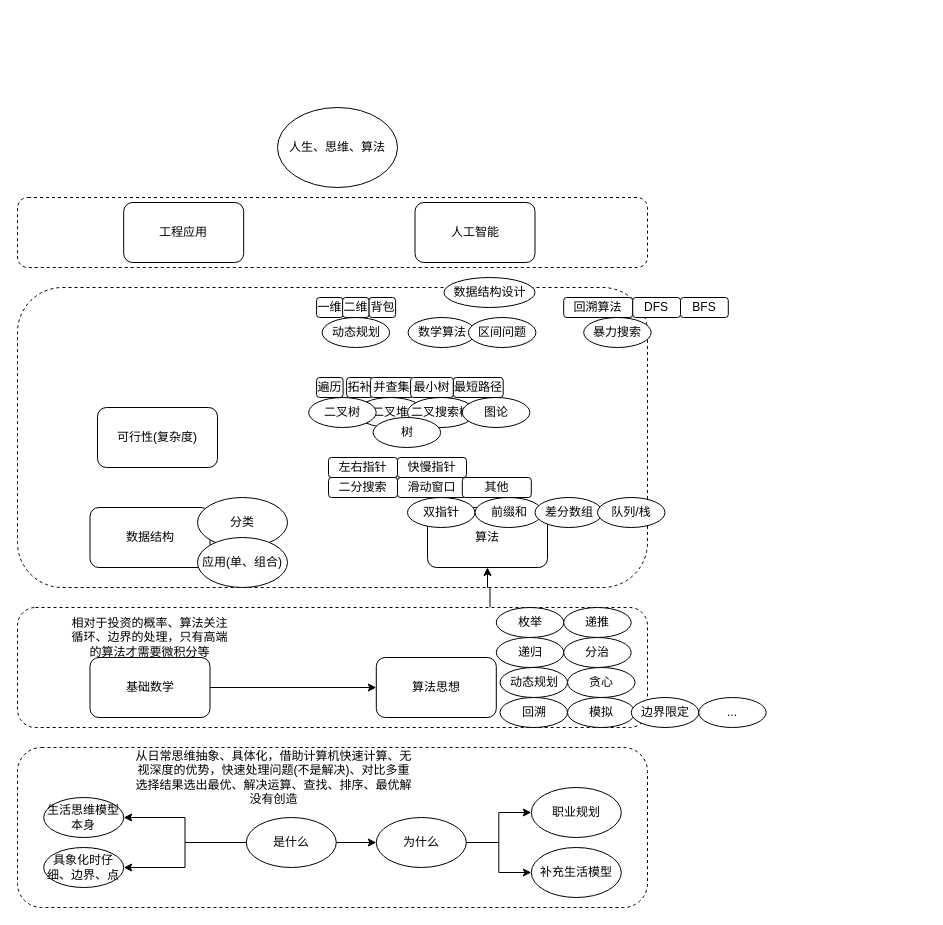
This is menus/suanfamoxing.drawio from Asamiyaa/microservice-k8s-yun, a draw.io file, before an edit. Source tidied: cells renumbered, new cells numbered last; positions are measured from the earlier drawing's top-left corner, leaving out a move shared by most shapes. Both pictures are drawn from the tidied source at 100%, with x=0, y=0 at pixel (17, 107).
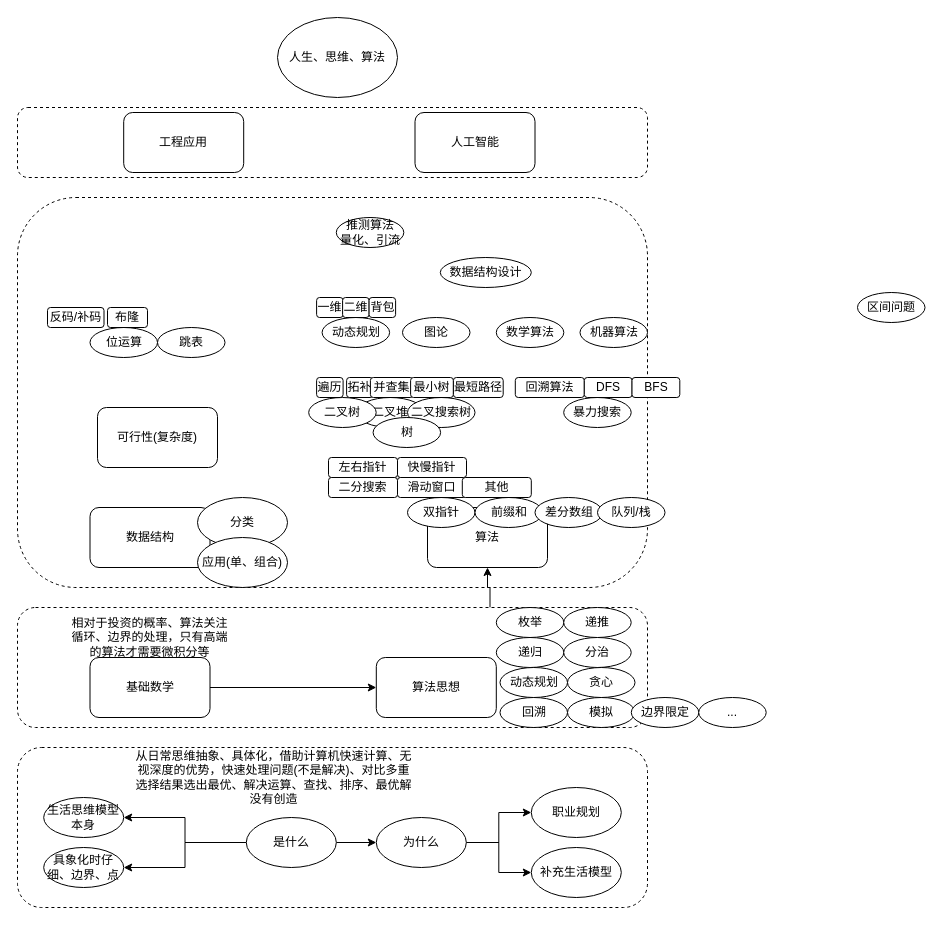
The same diagram, later.

The edit, as a diff of the source:
```diff
@@
     <mxCell id="3" style="rounded=1;whiteSpace=wrap;html=1;dashed=1;" parent="1" vertex="1">
-      <mxGeometry y="90" width="630" height="70" as="geometry" />
+      <mxGeometry width="630" height="70" as="geometry" />
     </mxCell>
     <mxCell id="4" style="rounded=1;whiteSpace=wrap;html=1;dashed=1;" parent="1" vertex="1">
-      <mxGeometry y="180" width="630" height="300" as="geometry" />
+      <mxGeometry y="90" width="630" height="390" as="geometry" />
     </mxCell>
@@
     <mxCell id="7" value="人生、思维、算法" style="ellipse;whiteSpace=wrap;html=1;" parent="1" vertex="1">
-      <mxGeometry x="260" width="120" height="80" as="geometry" />
+      <mxGeometry x="260" y="-90" width="120" height="80" as="geometry" />
     </mxCell>
@@
     <mxCell id="10" value="工程应用" style="rounded=1;whiteSpace=wrap;html=1;" parent="1" vertex="1">
-      <mxGeometry x="106.2" y="95" width="120" height="60" as="geometry" />
+      <mxGeometry x="106.2" y="5" width="120" height="60" as="geometry" />
     </mxCell>
     <mxCell id="11" value="人工智能" style="rounded=1;whiteSpace=wrap;html=1;" parent="1" vertex="1">
-      <mxGeometry x="397.5" y="95" width="120" height="60" as="geometry" />
+      <mxGeometry x="397.5" y="5" width="120" height="60" as="geometry" />
     </mxCell>
@@
     <mxCell id="51" value="图论" style="ellipse;whiteSpace=wrap;html=1;" parent="1" vertex="1">
-      <mxGeometry x="444.8" y="290" width="67.5" height="30" as="geometry" />
+      <mxGeometry x="385" y="210" width="67.5" height="30" as="geometry" />
     </mxCell>
     <mxCell id="52" value="数据结构设计" style="ellipse;whiteSpace=wrap;html=1;" parent="1" vertex="1">
-      <mxGeometry x="426.5" y="170" width="91" height="30" as="geometry" />
+      <mxGeometry x="422.8" y="150" width="91" height="30" as="geometry" />
     </mxCell>
@@
     <mxCell id="58" value="暴力搜索" style="ellipse;whiteSpace=wrap;html=1;" parent="1" vertex="1">
-      <mxGeometry x="566.2" y="210" width="67.5" height="30" as="geometry" />
+      <mxGeometry x="546.2" y="290" width="67.5" height="30" as="geometry" />
     </mxCell>
     <mxCell id="59" value="回溯算法" style="rounded=1;whiteSpace=wrap;html=1;" parent="1" vertex="1">
-      <mxGeometry x="546.2" y="190" width="69" height="20" as="geometry" />
+      <mxGeometry x="497.8" y="270" width="69" height="20" as="geometry" />
     </mxCell>
     <mxCell id="60" value="DFS" style="rounded=1;whiteSpace=wrap;html=1;" parent="1" vertex="1">
-      <mxGeometry x="615.2" y="190" width="47.8" height="20" as="geometry" />
+      <mxGeometry x="566.8" y="270" width="47.8" height="20" as="geometry" />
     </mxCell>
     <mxCell id="61" value="BFS" style="rounded=1;whiteSpace=wrap;html=1;" parent="1" vertex="1">
-      <mxGeometry x="663" y="190" width="47.8" height="20" as="geometry" />
+      <mxGeometry x="614.5" y="270" width="47.8" height="20" as="geometry" />
     </mxCell>
@@
     <mxCell id="66" value="数学算法" style="ellipse;whiteSpace=wrap;html=1;" parent="1" vertex="1">
-      <mxGeometry x="390.6" y="210" width="67.5" height="30" as="geometry" />
+      <mxGeometry x="478.8" y="210" width="67.5" height="30" as="geometry" />
     </mxCell>
     <mxCell id="67" value="区间问题" style="ellipse;whiteSpace=wrap;html=1;" parent="1" vertex="1">
-      <mxGeometry x="450.9" y="210" width="67.5" height="30" as="geometry" />
+      <mxGeometry x="840" y="185" width="67.5" height="30" as="geometry" />
     </mxCell>
@@
+    <mxCell id="71" value="位运算" style="ellipse;whiteSpace=wrap;html=1;" parent="1" vertex="1">
+      <mxGeometry x="72.5" y="220" width="67.5" height="30" as="geometry" />
+    </mxCell>
+    <mxCell id="72" value="反码/补码" style="rounded=1;whiteSpace=wrap;html=1;" parent="1" vertex="1">
+      <mxGeometry x="30" y="200" width="56.5" height="20" as="geometry" />
+    </mxCell>
+    <mxCell id="73" value="布隆" style="rounded=1;whiteSpace=wrap;html=1;" parent="1" vertex="1">
+      <mxGeometry x="90" y="200" width="40" height="20" as="geometry" />
+    </mxCell>
+    <mxCell id="74" value="机器算法" style="ellipse;whiteSpace=wrap;html=1;" parent="1" vertex="1">
+      <mxGeometry x="562.5" y="210" width="67.5" height="30" as="geometry" />
+    </mxCell>
+    <mxCell id="75" value="跳表" style="ellipse;whiteSpace=wrap;html=1;" parent="1" vertex="1">
+      <mxGeometry x="140" y="220" width="67.5" height="30" as="geometry" />
+    </mxCell>
+    <mxCell id="76" value="推测算法&lt;br&gt;量化、引流" style="ellipse;whiteSpace=wrap;html=1;" parent="1" vertex="1">
+      <mxGeometry x="318.8" y="110" width="67.5" height="30" as="geometry" />
+    </mxCell>
```
